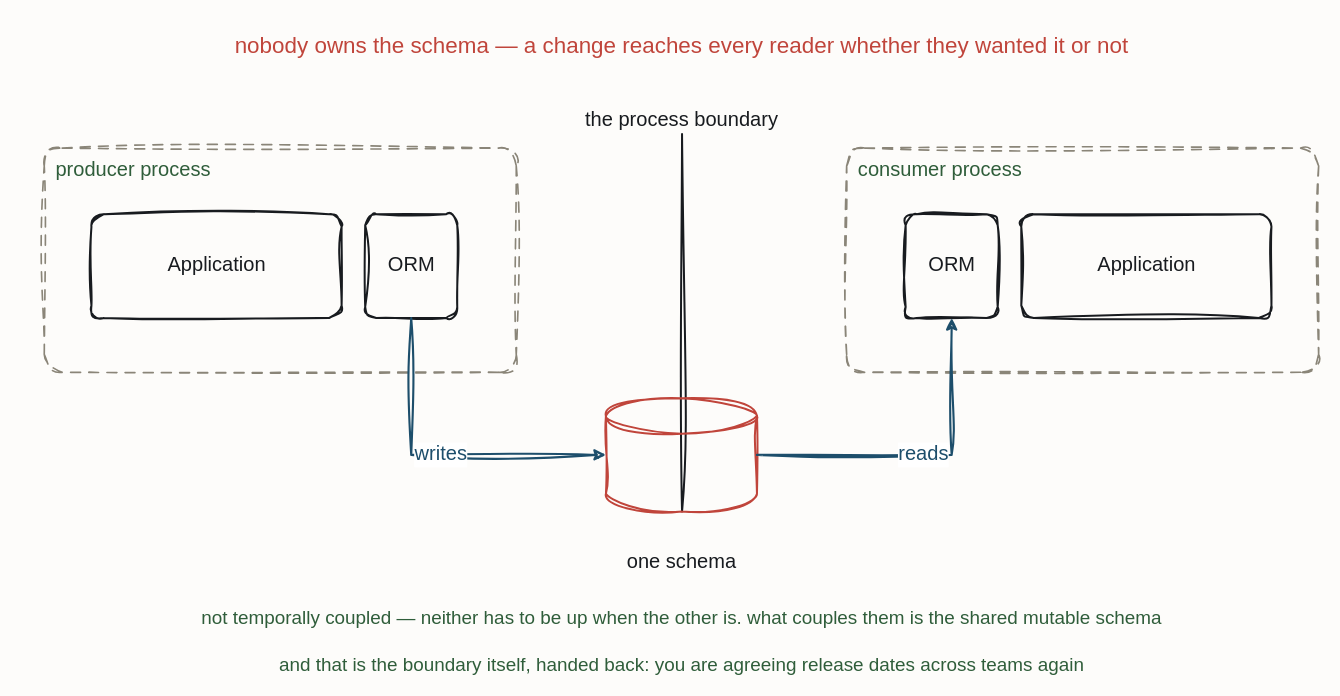
This is resources/style-shared-database.drawio from iancooper/practical-messaging, a draw.io file, before an edit. Source tidied: cells renumbered, new cells numbered last; positions are measured from the earlier drawing's top-left corner, leaving out a move shared by most shapes. Both pictures are drawn from the tidied source at 118%, with x=0, y=0 at pixel (44, 25).
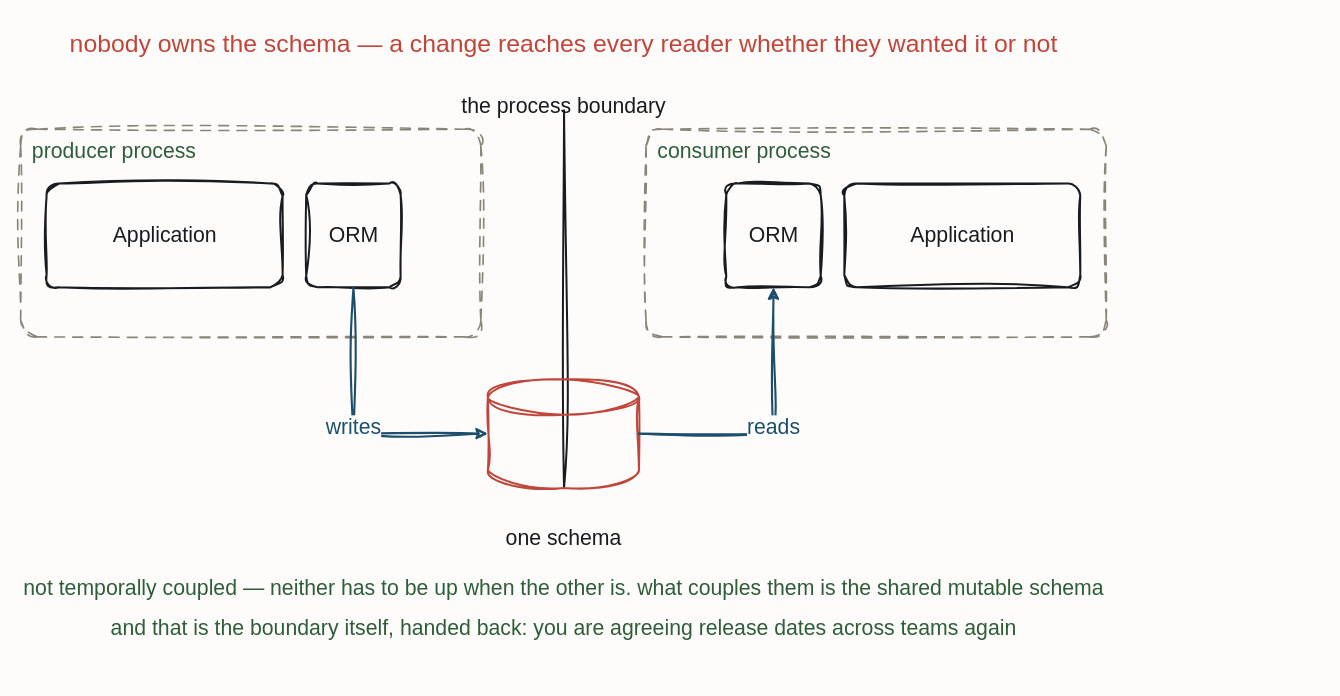
Above is the later version.

Change to the diagram source:
```diff
@@
 <mxGraphModel background="#FDFCFA">
   <root>
     <mxCell id="0" />
     <mxCell id="1" parent="0" />
-    <mxCell id="2" value="producer process" style="sketch=1;hachureGap=4;jiggle=2;curveFitting=1;fontFamily=Caveat;html=1;rounded=1;arcSize=8;verticalAlign=top;align=left;spacingLeft=8;spacingTop=2;fillColor=none;strokeColor=#8A8578;strokeWidth=1.4;fontColor=#2F5D3A;fontSize=17;dashed=1;dashPattern=6 5;" parent="1" vertex="1">
-      <mxGeometry y="104" width="400" height="190" as="geometry" />
+    <mxCell id="2" value="producer process" style="sketch=1;hachureGap=4;jiggle=2;curveFitting=1;fontFamily=Caveat;html=1;rounded=1;arcSize=8;verticalAlign=top;align=left;spacingLeft=8;spacingTop=2;fillColor=none;strokeColor=#8A8578;strokeWidth=1.4;fontColor=#2F5D3A;fontSize=18;dashed=1;dashPattern=6 5;" parent="1" vertex="1">
+      <mxGeometry x="-20" y="88" width="390" height="176" as="geometry" />
     </mxCell>
-    <mxCell id="3" value="consumer process" style="sketch=1;hachureGap=4;jiggle=2;curveFitting=1;fontFamily=Caveat;html=1;rounded=1;arcSize=8;verticalAlign=top;align=left;spacingLeft=8;spacingTop=2;fillColor=none;strokeColor=#8A8578;strokeWidth=1.4;fontColor=#2F5D3A;fontSize=17;dashed=1;dashPattern=6 5;" parent="1" vertex="1">
-      <mxGeometry x="680" y="104" width="400" height="190" as="geometry" />
+    <mxCell id="3" value="consumer process" style="sketch=1;hachureGap=4;jiggle=2;curveFitting=1;fontFamily=Caveat;html=1;rounded=1;arcSize=8;verticalAlign=top;align=left;spacingLeft=8;spacingTop=2;fillColor=none;strokeColor=#8A8578;strokeWidth=1.4;fontColor=#2F5D3A;fontSize=18;dashed=1;dashPattern=6 5;" parent="1" vertex="1">
+      <mxGeometry x="510" y="88" width="390" height="176" as="geometry" />
     </mxCell>
-    <mxCell id="4" value="nobody owns the schema — a change reaches every reader whether they wanted it or not" style="text;html=1;align=center;fontFamily=Caveat;fontSize=19;fontColor=#C0453B;" parent="1" vertex="1">
-      <mxGeometry x="480" width="120" height="20" as="geometry" />
+    <mxCell id="4" value="nobody owns the schema — a change reaches every reader whether they wanted it or not" style="text;html=1;align=center;fontFamily=Caveat;fontSize=21;fontColor=#C0453B;" parent="1" vertex="1">
+      <mxGeometry x="380" y="-4" width="120" height="20" as="geometry" />
     </mxCell>
-    <mxCell id="5" value="the process boundary" style="text;html=1;align=center;fontFamily=Caveat;fontSize=17;fontColor=#181B1F;" parent="1" vertex="1">
-      <mxGeometry x="480" y="64" width="120" height="20" as="geometry" />
+    <mxCell id="5" value="the process boundary" style="text;html=1;align=center;fontFamily=Caveat;fontSize=18;fontColor=#181B1F;" parent="1" vertex="1">
+      <mxGeometry x="380" y="52" width="120" height="20" as="geometry" />
     </mxCell>
     <mxCell id="6" style="sketch=1;hachureGap=4;jiggle=2;curveFitting=1;fontFamily=Caveat;html=1;shape=line;direction=north;strokeColor=#181B1F;strokeWidth=1.7;fillColor=none;fontColor=#181B1F;fontSize=13;" parent="1" vertex="1">
-      <mxGeometry x="540" y="92" width="1" height="320" as="geometry" />
+      <mxGeometry x="440" y="72" width="1" height="320" as="geometry" />
     </mxCell>
-    <mxCell id="7" value="Application" style="sketch=1;hachureGap=4;jiggle=2;curveFitting=1;fontFamily=Caveat;html=1;rounded=1;arcSize=12;strokeColor=#181B1F;strokeWidth=1.7;fillColor=none;fontColor=#181B1F;fontSize=17;" parent="1" vertex="1">
-      <mxGeometry x="40" y="160" width="212" height="88" as="geometry" />
+    <mxCell id="7" value="Application" style="sketch=1;hachureGap=4;jiggle=2;curveFitting=1;fontFamily=Caveat;html=1;rounded=1;arcSize=12;strokeColor=#181B1F;strokeWidth=1.7;fillColor=none;fontColor=#181B1F;fontSize=18;" parent="1" vertex="1">
+      <mxGeometry x="2" y="134" width="200" height="88" as="geometry" />
     </mxCell>
-    <mxCell id="8" value="ORM" style="sketch=1;hachureGap=4;jiggle=2;curveFitting=1;fontFamily=Caveat;html=1;rounded=1;arcSize=12;strokeColor=#181B1F;strokeWidth=1.7;fillColor=none;fontColor=#181B1F;fontSize=17;" parent="1" vertex="1">
-      <mxGeometry x="272" y="160" width="78" height="88" as="geometry" />
+    <mxCell id="8" value="ORM" style="sketch=1;hachureGap=4;jiggle=2;curveFitting=1;fontFamily=Caveat;html=1;rounded=1;arcSize=12;strokeColor=#181B1F;strokeWidth=1.7;fillColor=none;fontColor=#181B1F;fontSize=18;" parent="1" vertex="1">
+      <mxGeometry x="222" y="134" width="80" height="88" as="geometry" />
     </mxCell>
-    <mxCell id="9" value="ORM" style="sketch=1;hachureGap=4;jiggle=2;curveFitting=1;fontFamily=Caveat;html=1;rounded=1;arcSize=12;strokeColor=#181B1F;strokeWidth=1.7;fillColor=none;fontColor=#181B1F;fontSize=17;" parent="1" vertex="1">
-      <mxGeometry x="730" y="160" width="78" height="88" as="geometry" />
+    <mxCell id="9" value="ORM" style="sketch=1;hachureGap=4;jiggle=2;curveFitting=1;fontFamily=Caveat;html=1;rounded=1;arcSize=12;strokeColor=#181B1F;strokeWidth=1.7;fillColor=none;fontColor=#181B1F;fontSize=18;" parent="1" vertex="1">
+      <mxGeometry x="578" y="134" width="80" height="88" as="geometry" />
     </mxCell>
-    <mxCell id="10" value="Application" style="sketch=1;hachureGap=4;jiggle=2;curveFitting=1;fontFamily=Caveat;html=1;rounded=1;arcSize=12;strokeColor=#181B1F;strokeWidth=1.7;fillColor=none;fontColor=#181B1F;fontSize=17;" parent="1" vertex="1">
-      <mxGeometry x="828" y="160" width="212" height="88" as="geometry" />
+    <mxCell id="10" value="Application" style="sketch=1;hachureGap=4;jiggle=2;curveFitting=1;fontFamily=Caveat;html=1;rounded=1;arcSize=12;strokeColor=#181B1F;strokeWidth=1.7;fillColor=none;fontColor=#181B1F;fontSize=18;" parent="1" vertex="1">
+      <mxGeometry x="678" y="134" width="200" height="88" as="geometry" />
     </mxCell>
     <mxCell id="11" style="sketch=1;hachureGap=4;jiggle=2;curveFitting=1;fontFamily=Caveat;html=1;shape=cylinder3;boundedLbl=1;backgroundOutline=1;strokeColor=#C0453B;strokeWidth=1.7;fillColor=none;fontColor=#C0453B;fontSize=15;" parent="1" vertex="1">
-      <mxGeometry x="476" y="316" width="128" height="96" as="geometry" />
+      <mxGeometry x="376" y="300" width="128" height="92" as="geometry" />
     </mxCell>
-    <mxCell id="12" value="one schema" style="text;html=1;align=center;fontFamily=Caveat;fontSize=17;fontColor=#181B1F;" parent="1" vertex="1">
-      <mxGeometry x="480" y="438" width="120" height="20" as="geometry" />
+    <mxCell id="12" value="one schema" style="text;html=1;align=center;fontFamily=Caveat;fontSize=18;fontColor=#181B1F;" parent="1" vertex="1">
+      <mxGeometry x="380" y="418" width="120" height="20" as="geometry" />
     </mxCell>
-    <mxCell id="13" value="not temporally coupled — neither has to be up when the other is. what couples them is the shared mutable schema" style="text;html=1;align=center;fontFamily=Caveat;fontSize=16;fontColor=#2F5D3A;" parent="1" vertex="1">
-      <mxGeometry x="480" y="486" width="120" height="20" as="geometry" />
+    <mxCell id="13" value="not temporally coupled — neither has to be up when the other is. what couples them is the shared mutable schema" style="text;html=1;align=center;fontFamily=Caveat;fontSize=18;fontColor=#2F5D3A;" parent="1" vertex="1">
+      <mxGeometry x="380" y="460" width="120" height="20" as="geometry" />
     </mxCell>
-    <mxCell id="14" value="and that is the boundary itself, handed back: you are agreeing release dates across teams again" style="text;html=1;align=center;fontFamily=Caveat;fontSize=16;fontColor=#2F5D3A;" parent="1" vertex="1">
-      <mxGeometry x="480" y="526" width="120" height="20" as="geometry" />
+    <mxCell id="14" value="and that is the boundary itself, handed back: you are agreeing release dates across teams again" style="text;html=1;align=center;fontFamily=Caveat;fontSize=18;fontColor=#2F5D3A;" parent="1" vertex="1">
+      <mxGeometry x="380" y="494" width="120" height="20" as="geometry" />
     </mxCell>
-    <mxCell id="15" value="writes" style="sketch=1;jiggle=2;curveFitting=1;edgeStyle=none;rounded=0;strokeColor=#1D4E6B;strokeWidth=1.8;fontFamily=Caveat;fontSize=17;fontColor=#1D4E6B;html=1;exitX=0.5;exitY=1.0;exitDx=0;exitDy=0;entryX=0.0;entryY=0.5;entryDx=0;entryDy=0;" parent="1" edge="1" source="8" target="11">
+    <mxCell id="15" value="writes" style="sketch=1;jiggle=2;curveFitting=1;edgeStyle=none;rounded=0;strokeColor=#1D4E6B;strokeWidth=1.8;fontFamily=Caveat;fontSize=18;fontColor=#1D4E6B;html=1;exitX=0.5;exitY=1.0;exitDx=0;exitDy=0;entryX=0.0;entryY=0.5;entryDx=0;entryDy=0;" parent="1" edge="1" source="8" target="11">
       <mxGeometry relative="1" as="geometry">
         <Array as="points">
-          <mxPoint x="311" y="364" />
+          <mxPoint x="262" y="346" />
         </Array>
       </mxGeometry>
     </mxCell>
-    <mxCell id="16" value="reads" style="sketch=1;jiggle=2;curveFitting=1;edgeStyle=none;rounded=0;strokeColor=#1D4E6B;strokeWidth=1.8;fontFamily=Caveat;fontSize=17;fontColor=#1D4E6B;html=1;exitX=1.0;exitY=0.5;exitDx=0;exitDy=0;entryX=0.5;entryY=1.0;entryDx=0;entryDy=0;" parent="1" edge="1" source="11" target="9">
+    <mxCell id="16" value="reads" style="sketch=1;jiggle=2;curveFitting=1;edgeStyle=none;rounded=0;strokeColor=#1D4E6B;strokeWidth=1.8;fontFamily=Caveat;fontSize=18;fontColor=#1D4E6B;html=1;exitX=1.0;exitY=0.5;exitDx=0;exitDy=0;entryX=0.5;entryY=1.0;entryDx=0;entryDy=0;" parent="1" edge="1" source="11" target="9">
       <mxGeometry relative="1" as="geometry">
         <Array as="points">
-          <mxPoint x="604" y="364" />
-          <mxPoint x="769" y="364" />
+          <mxPoint x="504" y="346" />
+          <mxPoint x="618" y="346" />
         </Array>
       </mxGeometry>
     </mxCell>
   </root>
 </mxGraphModel>
```
